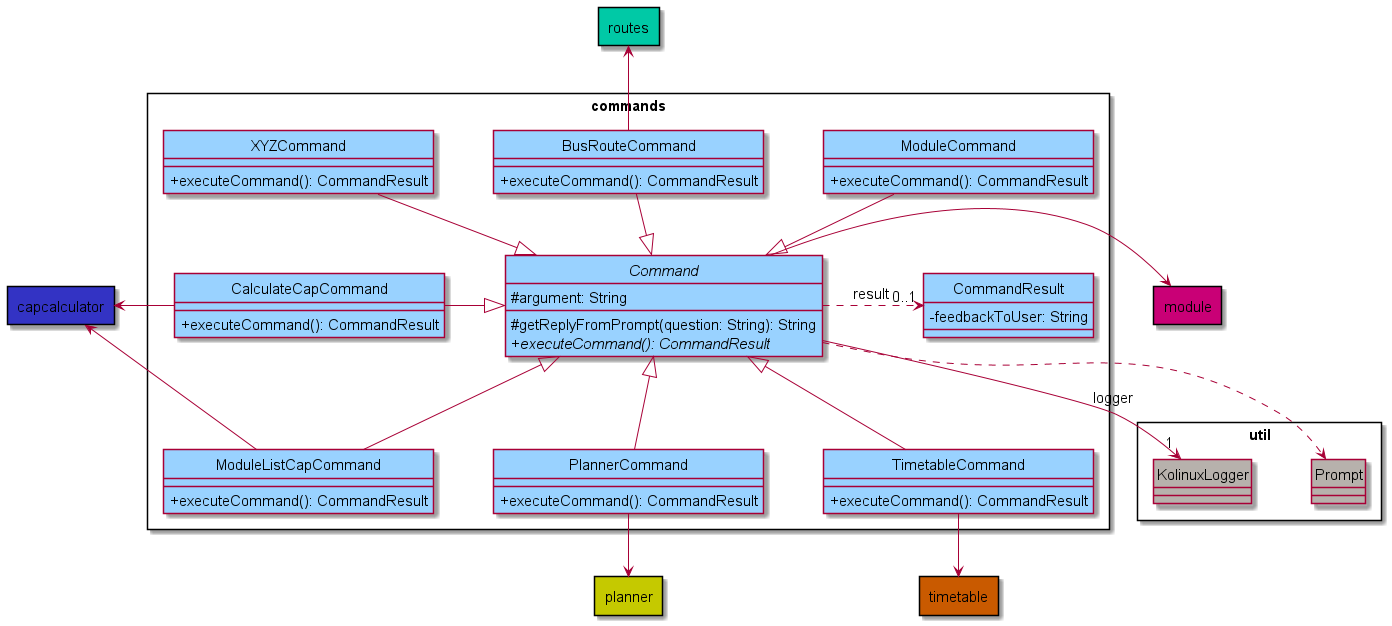
shyamgj1900/tp keeps this PlantUML diagram as docs/assets/images/CommandsClassDiagram.png. Above is the earlier version.
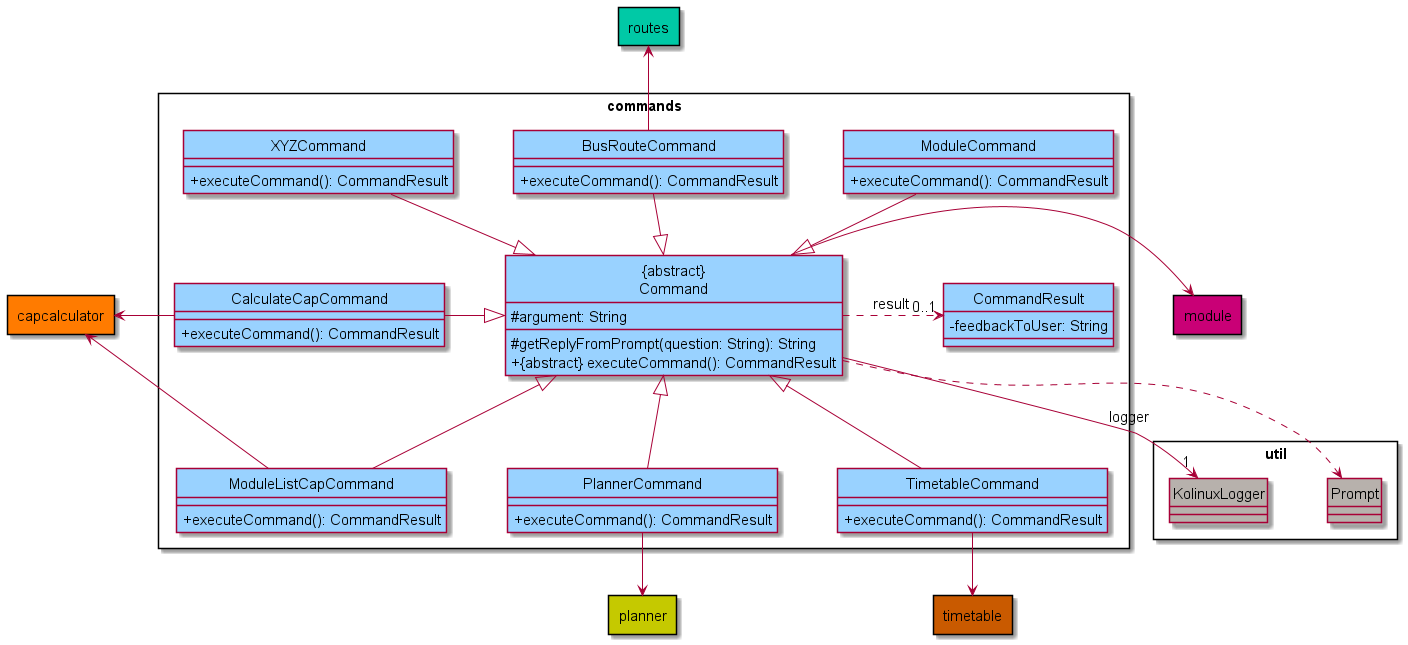
After the commit.

Commit message:
Change "abstract" notation and update diagrams to new color

The edit, as a diff of the source:
```diff
@@ -5,7 +5,7 @@
 hide circle
 
 package commands <<Rectangle>> {
-    abstract class Command
+    class "ABSTRACT\nCommand"
     class CommandResult
     class BusRouteCommand
     class CalculateCapCommand
@@ -36,10 +36,10 @@
 package module <<Rectangle>> MODULE_COLOR {
 }
 
-abstract class Command COMMANDS_COLOR {
+class "ABSTRACT\nCommand" COMMANDS_COLOR {
     # argument: String
     # getReplyFromPrompt(question: String): String
-    + {abstract} executeCommand(): CommandResult
+    + ABSTRACT executeCommand(): CommandResult
 }
 
 class CommandResult COMMANDS_COLOR {
@@ -80,17 +80,17 @@
 class Prompt UTIL_COLOR {
 }
 
-BusRouteCommand --|> Command
-CalculateCapCommand -right-|> Command
-XYZCommand --|> Command
-Command <|-up- ModuleCommand
-Command <|-- ModuleListCapCommand
-Command <|-- PlannerCommand
-Command <|-- TimetableCommand
-Command .> "0..1" CommandResult : "result "
-Command --> "1" KolinuxLogger : logger
-Command ..> Prompt
-Command -right-> module
+BusRouteCommand --|> "ABSTRACT\nCommand"
+CalculateCapCommand -right-|> "ABSTRACT\nCommand"
+XYZCommand --|> "ABSTRACT\nCommand"
+"ABSTRACT\nCommand" <|-up- ModuleCommand
+"ABSTRACT\nCommand" <|-- ModuleListCapCommand
+"ABSTRACT\nCommand" <|-- PlannerCommand
+"ABSTRACT\nCommand" <|-- TimetableCommand
+"ABSTRACT\nCommand" .> "0..1" CommandResult : "result "
+"ABSTRACT\nCommand" --> "1" KolinuxLogger : logger
+"ABSTRACT\nCommand" ..> Prompt
+"ABSTRACT\nCommand" -right-> module
 BusRouteCommand -up-> routes
 PlannerCommand -down-> planner
 TimetableCommand -down-> timetable
```
